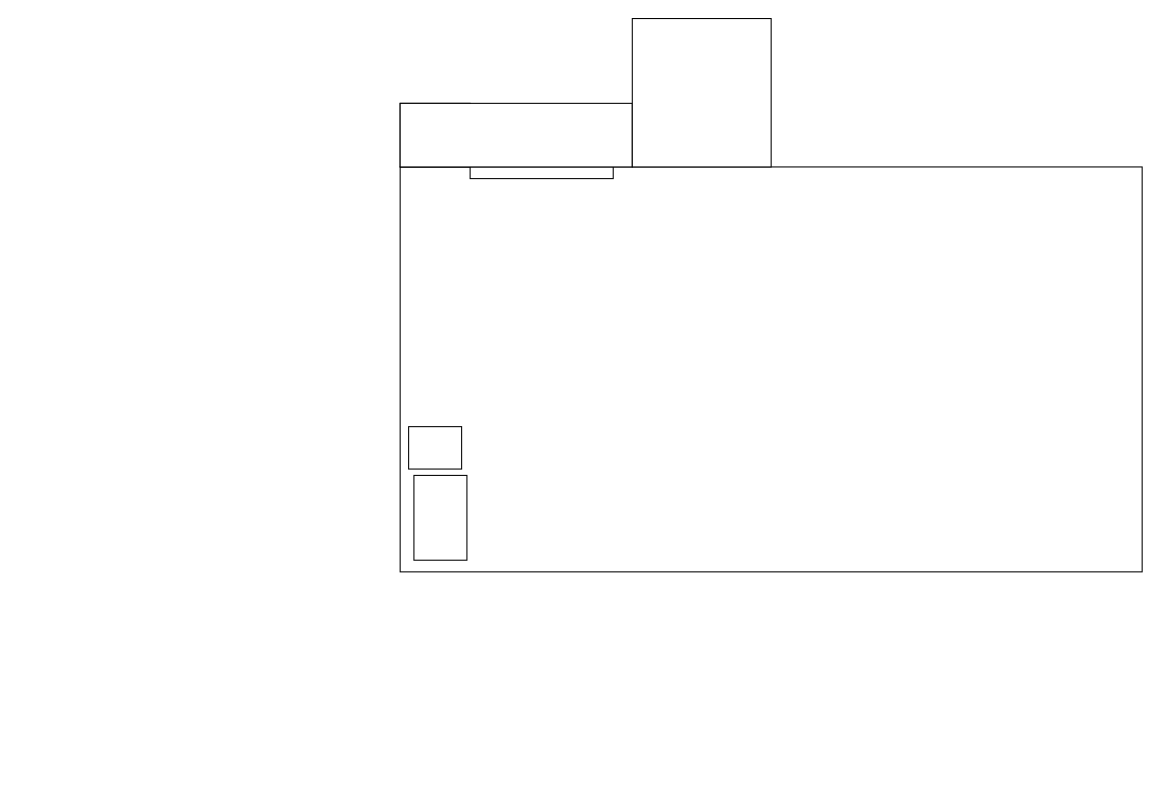
The draw.io diagram Untitled Diagram.drawio in K-Alex-N/123, before the edit. Source tidied: cells renumbered, new cells numbered last; positions are measured from the earlier drawing's top-left corner, leaving out a move shared by most shapes. Both pictures are drawn from the tidied source at 106%, with x=0, y=0 at pixel (398, 18).
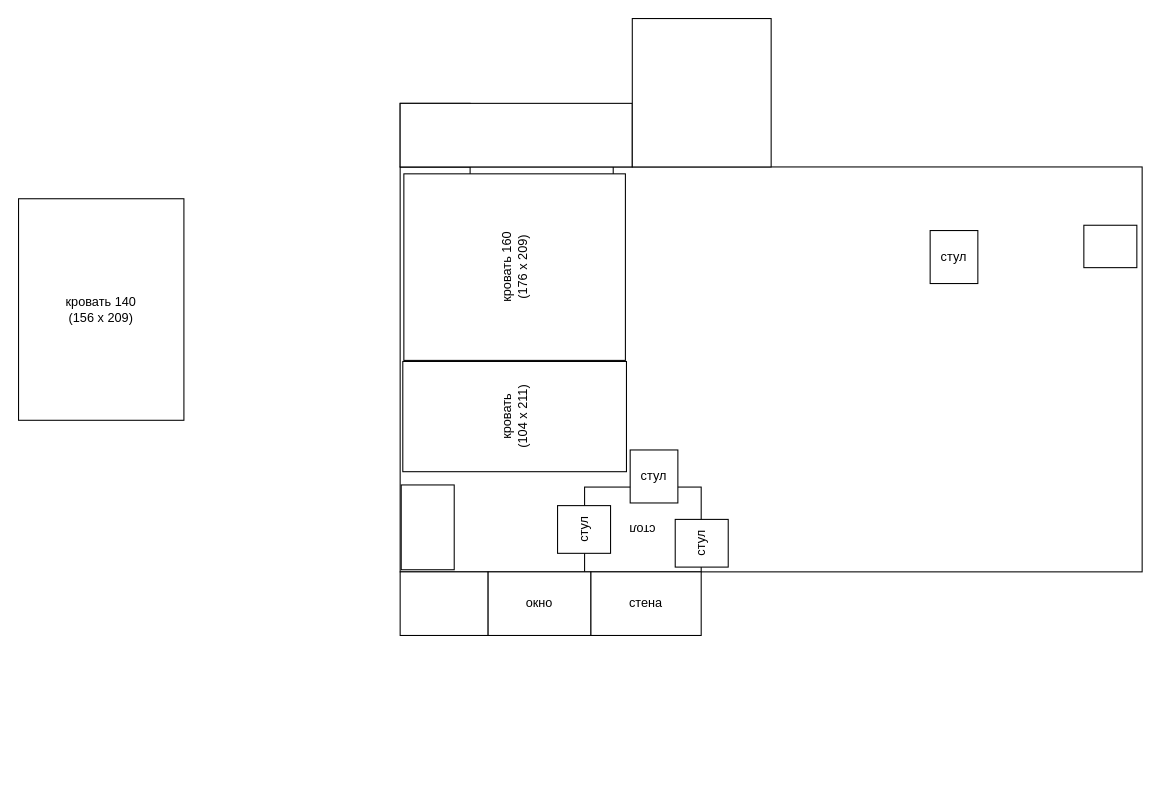
Above is the later version.

The edit, as a diff of the source:
```diff
@@
     <mxCell id="8" style="rounded=0;whiteSpace=wrap;html=1;rotation=-90;" parent="1" vertex="1">
-      <mxGeometry y="446" width="80" height="50" as="geometry" />
+      <mxGeometry x="-12" y="455" width="80" height="50" as="geometry" />
     </mxCell>
     <mxCell id="9" style="rounded=0;whiteSpace=wrap;html=1;rotation=-90;" parent="1" vertex="1">
-      <mxGeometry x="15" y="380" width="40" height="50" as="geometry" />
+      <mxGeometry x="652" y="190" width="40" height="50" as="geometry" />
     </mxCell>
+    <mxCell id="10" value="кровать 160&lt;br&gt;(176 х 209)" style="rounded=0;whiteSpace=wrap;html=1;rotation=-90;" parent="1" vertex="1">
+      <mxGeometry x="22" y="130" width="176" height="209" as="geometry" />
+    </mxCell>
+    <mxCell id="11" value="кровать 140&lt;br&gt;(156 х 209)" style="rounded=0;whiteSpace=wrap;html=1;" parent="1" vertex="1">
+      <mxGeometry x="-358" y="170" width="156" height="209" as="geometry" />
+    </mxCell>
+    <mxCell id="12" value="стол" style="rounded=0;whiteSpace=wrap;html=1;rotation=-180;" parent="1" vertex="1">
+      <mxGeometry x="176" y="442" width="110" height="80" as="geometry" />
+    </mxCell>
+    <mxCell id="13" value="стул" style="rounded=0;whiteSpace=wrap;html=1;" parent="1" vertex="1">
+      <mxGeometry x="502" y="200" width="45" height="50" as="geometry" />
+    </mxCell>
+    <mxCell id="14" value="стул" style="rounded=0;whiteSpace=wrap;html=1;rotation=-90;" parent="1" vertex="1">
+      <mxGeometry x="153" y="457" width="45" height="50" as="geometry" />
+    </mxCell>
+    <mxCell id="15" value="стул" style="rounded=0;whiteSpace=wrap;html=1;" parent="1" vertex="1">
+      <mxGeometry x="219" y="407" width="45" height="50" as="geometry" />
+    </mxCell>
+    <mxCell id="16" value="стул" style="rounded=0;whiteSpace=wrap;html=1;rotation=-90;" parent="1" vertex="1">
+      <mxGeometry x="264" y="470" width="45" height="50" as="geometry" />
+    </mxCell>
+    <mxCell id="17" style="rounded=0;whiteSpace=wrap;html=1;" parent="1" vertex="1">
+      <mxGeometry x="2" y="522" width="83" height="60" as="geometry" />
+    </mxCell>
+    <mxCell id="18" value="окно" style="rounded=0;whiteSpace=wrap;html=1;" parent="1" vertex="1">
+      <mxGeometry x="85" y="522" width="97" height="60" as="geometry" />
+    </mxCell>
+    <mxCell id="19" value="стена" style="rounded=0;whiteSpace=wrap;html=1;" parent="1" vertex="1">
+      <mxGeometry x="182" y="522" width="104" height="60" as="geometry" />
+    </mxCell>
+    <mxCell id="20" value="кровать&lt;br&gt;(104 х 211)" style="rounded=0;whiteSpace=wrap;html=1;rotation=-90;" parent="1" vertex="1">
+      <mxGeometry x="58" y="270" width="104" height="211" as="geometry" />
+    </mxCell>
```
